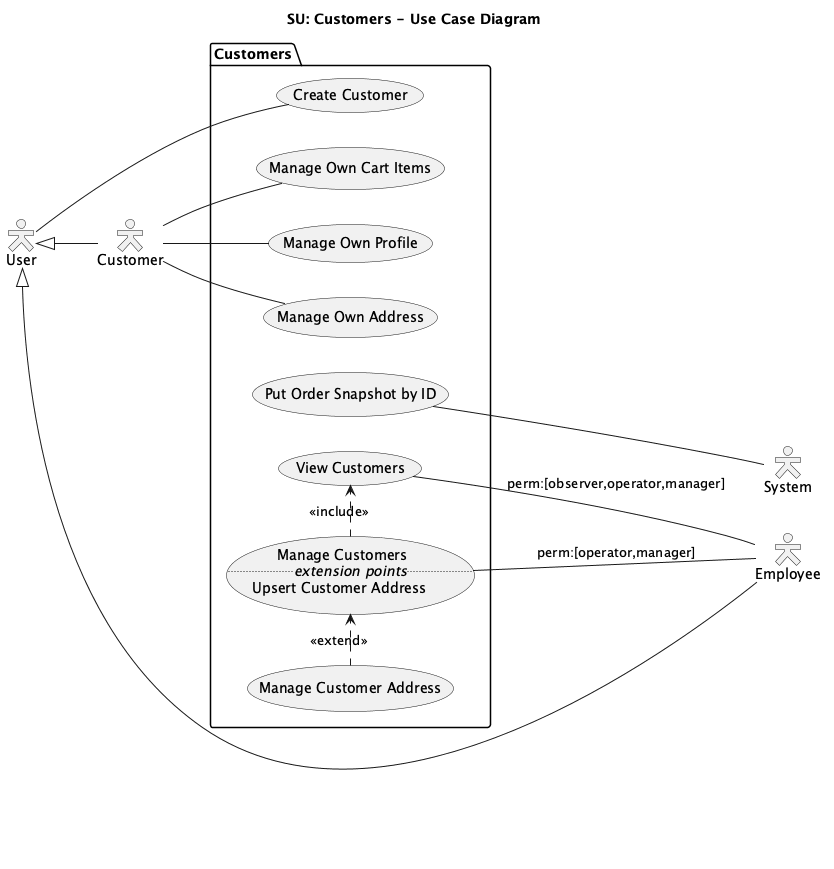
draganovik/matterway keeps this PlantUML diagram as docs/diagrams/exports/use-case-customers.png. Above is the earlier version.
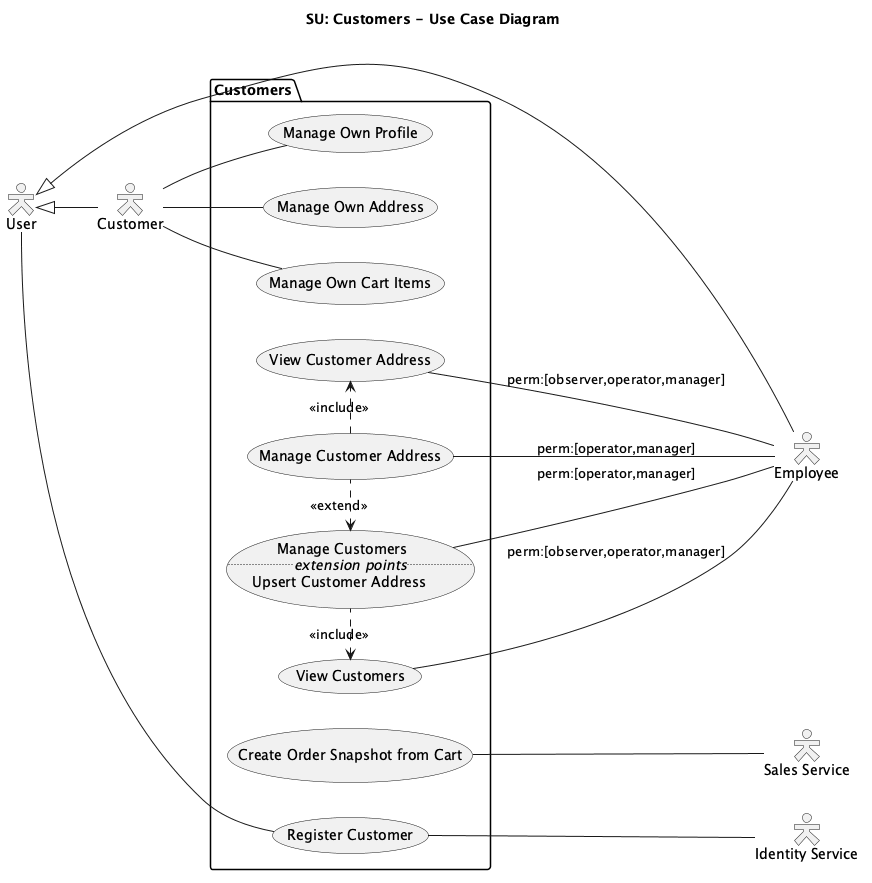
After the change.

Commit message:
Refine use-case diagrams and regenerate exports

Change to the diagram source:
```diff
@@ -8,19 +8,18 @@
   actor user as "User"
   actor csmr as "Customer"
 }
-together  {
-  actor empl as "Employee"
-  actor sysm as "System"
-  sysm -[hidden]l- empl
-}
+
+actor empl as "Employee"
+actor sales as "Sales Service"
+actor identity as "Identity Service"
 
 user <|-- csmr
-user <|-- empl
+user <|-l- empl
 
 package "Customers" {
-  usecase syncOnOrder as "Put Order Snapshot by ID"
+  usecase syncOnOrder as "Create Order Snapshot from Cart"
 
-  usecase createCustomer as "Create Customer"
+  usecase createCustomer as "Register Customer"
   usecase manageOwnProfile as "Manage Own Profile"
   usecase manageOwnAddress as "Manage Own Address"
   usecase manageOwnCartItems as "Manage Own Cart Items"
@@ -29,19 +28,24 @@
                               ..<i>extension points</i>..
                               Upsert Customer Address"
   usecase viewCustomers as "View Customers"
+  usecase viewCustomerAddress as "View Customer Address"
   usecase manageCustomerAddress as "Manage Customer Address"
 
-  manageCustomerAddress .r.> manageCustomers : <<extend>>
-  manageCustomers .r.> viewCustomers : <<include>>
+  manageCustomerAddress .l.> manageCustomers : <<extend>>
+  manageCustomerAddress .r.> viewCustomerAddress : <<include>>
+  manageCustomers .l.> viewCustomers : <<include>>
 }
 
 user -- createCustomer
+createCustomer -- identity
 csmr -- manageOwnProfile
 csmr -- manageOwnAddress
 csmr -- manageOwnCartItems
 
-syncOnOrder -- sysm
+syncOnOrder -- sales
 
 viewCustomers -- empl : perm:[observer,operator,manager]
+viewCustomerAddress -- empl : perm:[observer,operator,manager]
 manageCustomers -- empl : perm:[operator,manager]
+manageCustomerAddress -- empl : perm:[operator,manager]
 @enduml
```
